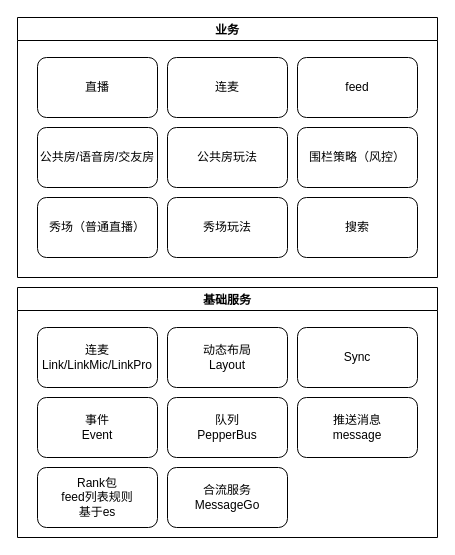
wclssdn/draw.io keeps this draw.io diagram as page "业务架构" (2 of 5) of pepper/直播系统-live.drawio. Above is the earlier version. Source tidied: cells renumbered, new cells numbered last; positions are measured from the earlier drawing's top-left corner, leaving out a move shared by most shapes. Both pictures are drawn from the tidied source at 100%, with x=0, y=0 at pixel (17, 17).
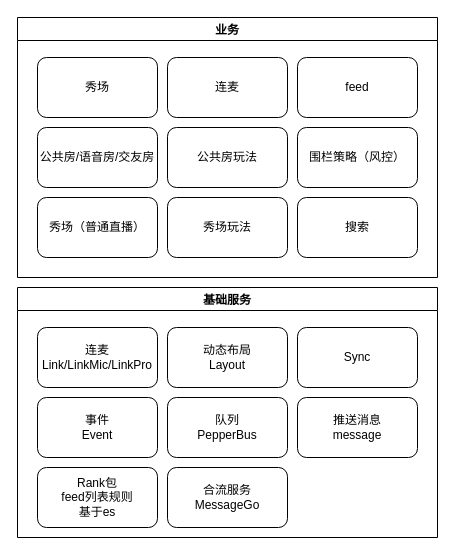
After the change.

Unchanged cells that the change refers to:
```xml
<mxCell id="2" value="业务" style="swimlane;" parent="1" vertex="1">
  <mxGeometry width="420" height="260" as="geometry" />
</mxCell>
```

Change to the diagram source:
```diff
@@
-    <mxCell id="3" value="直播" style="rounded=1;whiteSpace=wrap;html=1;" parent="2" vertex="1">
+    <mxCell id="3" value="秀场" style="rounded=1;whiteSpace=wrap;html=1;" parent="2" vertex="1">
       <mxGeometry x="20" y="40" width="120" height="60" as="geometry" />
     </mxCell>
```
